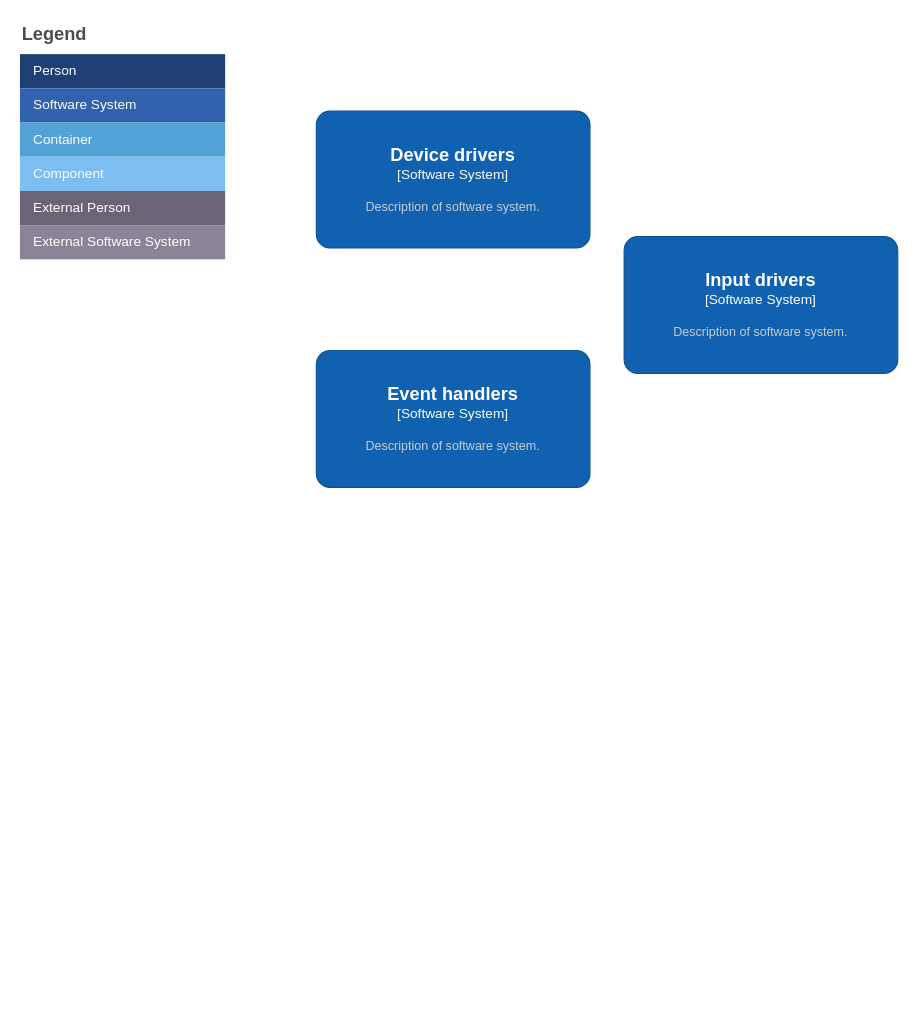
The draw.io diagram linux_driver.drawio in ColonelDarcy2018/excelsior, before the edit. Source tidied: cells renumbered, new cells numbered last; positions are measured from the earlier drawing's top-left corner, leaving out a move shared by most shapes. Both pictures are drawn from the tidied source at 114%, with x=0, y=0 at pixel (19, 19).
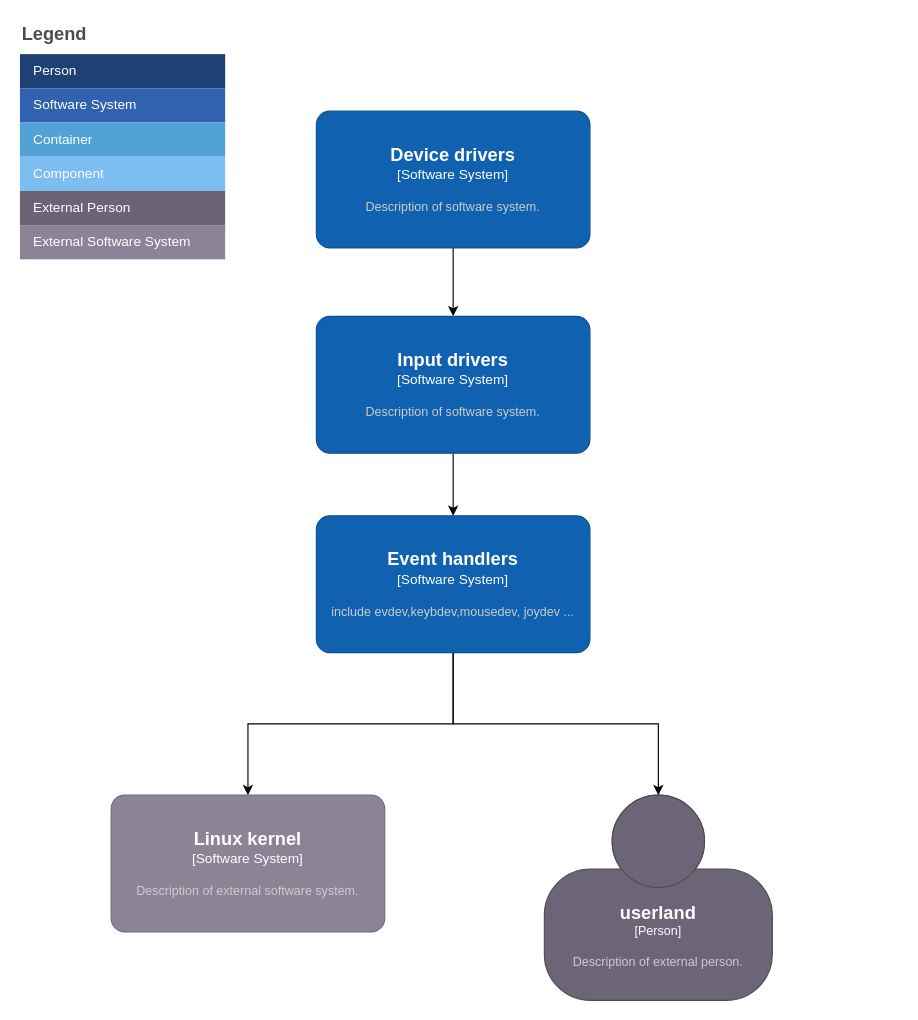
After the change.

Unchanged cells that the change refers to:
```xml
<object id="10" label="&lt;font style=&quot;font-size: 16px&quot;&gt;&lt;b&gt;%c4Name%&lt;/b&gt;&lt;/font&gt;&lt;div&gt;[%c4Type%]&lt;/div&gt;&lt;br&gt;&lt;div&gt;&lt;font style=&quot;font-size: 11px&quot;&gt;&lt;font color=&quot;#cccccc&quot;&gt;%c4Description%&lt;/font&gt;&lt;/div&gt;" c4Description="Description of software system." c4Name="Device drivers" c4Type="Software System" placeholders="1">
  <mxCell style="rounded=1;whiteSpace=wrap;html=1;labelBackgroundColor=none;fillColor=#1061B0;fontColor=#ffffff;align=center;arcSize=10;strokeColor=#0D5091;points=[[0.25,0,0],[0.5,0,0],[0.75,0,0],[1,0.25,0],[1,0.5,0],[1,0.75,0],[0.75,1,0],[0.5,1,0],[0.25,1,0],[0,0.75,0],[0,0.5,0],[0,0.25,0]];" parent="1" vertex="1">
    <mxGeometry x="260" y="80" width="240" height="120" as="geometry" />
  </mxCell>
</object>
```

What changed in the source:
```diff
@@
+    <mxCell id="13" style="edgeStyle=orthogonalEdgeStyle;rounded=0;jettySize=auto;html=1;" parent="1" edge="1" source="10" target="12">
+      <mxGeometry relative="1" as="geometry" />
+    </mxCell>
@@
+    <mxCell id="14" style="edgeStyle=orthogonalEdgeStyle;rounded=0;jettySize=auto;html=1;" parent="1" edge="1" source="11" target="17">
+      <mxGeometry relative="1" as="geometry" />
+    </mxCell>
+    <mxCell id="15" style="edgeStyle=orthogonalEdgeStyle;rounded=0;jettySize=auto;html=1;" parent="1" edge="1" source="11" target="18">
+      <mxGeometry relative="1" as="geometry" />
+    </mxCell>
-    <object id="11" label="&lt;font style=&quot;font-size: 16px&quot;&gt;&lt;b&gt;%c4Name%&lt;/b&gt;&lt;/font&gt;&lt;div&gt;[%c4Type%]&lt;/div&gt;&lt;br&gt;&lt;div&gt;&lt;font style=&quot;font-size: 11px&quot;&gt;&lt;font color=&quot;#cccccc&quot;&gt;%c4Description%&lt;/font&gt;&lt;/div&gt;" c4Description="Description of software system." c4Name="Event handlers" c4Type="Software System" placeholders="1">
+    <object id="11" label="&lt;font style=&quot;font-size: 16px&quot;&gt;&lt;b&gt;%c4Name%&lt;/b&gt;&lt;/font&gt;&lt;div&gt;[%c4Type%]&lt;/div&gt;&lt;br&gt;&lt;div&gt;&lt;font style=&quot;font-size: 11px&quot;&gt;&lt;font color=&quot;#cccccc&quot;&gt;%c4Description%&lt;/font&gt;&lt;/div&gt;" c4Description="include evdev,keybdev,mousedev, joydev ..." c4Name="Event handlers" c4Type="Software System" placeholders="1">
       <mxCell style="rounded=1;whiteSpace=wrap;html=1;labelBackgroundColor=none;fillColor=#1061B0;fontColor=#ffffff;align=center;arcSize=10;strokeColor=#0D5091;points=[[0.25,0,0],[0.5,0,0],[0.75,0,0],[1,0.25,0],[1,0.5,0],[1,0.75,0],[0.75,1,0],[0.5,1,0],[0.25,1,0],[0,0.75,0],[0,0.5,0],[0,0.25,0]];" parent="1" vertex="1">
-        <mxGeometry x="260" y="290" width="240" height="120" as="geometry" />
+        <mxGeometry x="260" y="435" width="240" height="120" as="geometry" />
       </mxCell>
     </object>
+    <mxCell id="16" style="edgeStyle=orthogonalEdgeStyle;rounded=0;jettySize=auto;html=1;" parent="1" edge="1" source="12" target="11">
+      <mxGeometry relative="1" as="geometry" />
+    </mxCell>
     <object id="12" label="&lt;font style=&quot;font-size: 16px&quot;&gt;&lt;b&gt;%c4Name%&lt;/b&gt;&lt;/font&gt;&lt;div&gt;[%c4Type%]&lt;/div&gt;&lt;br&gt;&lt;div&gt;&lt;font style=&quot;font-size: 11px&quot;&gt;&lt;font color=&quot;#cccccc&quot;&gt;%c4Description%&lt;/font&gt;&lt;/div&gt;" c4Description="Description of software system." c4Name="Input drivers" c4Type="Software System" placeholders="1">
       <mxCell style="rounded=1;whiteSpace=wrap;html=1;labelBackgroundColor=none;fillColor=#1061B0;fontColor=#ffffff;align=center;arcSize=10;strokeColor=#0D5091;points=[[0.25,0,0],[0.5,0,0],[0.75,0,0],[1,0.25,0],[1,0.5,0],[1,0.75,0],[0.75,1,0],[0.5,1,0],[0.25,1,0],[0,0.75,0],[0,0.5,0],[0,0.25,0]];" parent="1" vertex="1">
-        <mxGeometry x="530" y="190" width="240" height="120" as="geometry" />
+        <mxGeometry x="260" y="260" width="240" height="120" as="geometry" />
       </mxCell>
     </object>
+    <object id="17" label="&lt;font style=&quot;font-size: 16px&quot;&gt;&lt;b&gt;%c4Name%&lt;/b&gt;&lt;/font&gt;&lt;div&gt;[%c4Type%]&lt;/div&gt;&lt;br&gt;&lt;div&gt;&lt;font style=&quot;font-size: 11px&quot;&gt;&lt;font color=&quot;#cccccc&quot;&gt;%c4Description%&lt;/font&gt;&lt;/div&gt;" c4Description="Description of external person." c4Name="userland" c4Type="Person" placeholders="1">
+      <mxCell style="html=1;fontSize=11;dashed=0;whiteSpace=wrap;fillColor=#6C6477;strokeColor=#4D4D4D;fontColor=#ffffff;shape=mxgraph.c4.person2;align=center;points=[[0.5,0,0],[1,0.5,0],[1,0.75,0],[0.75,1,0],[0.5,1,0],[0.25,1,0],[0,0.75,0],[0,0.5,0]];" parent="1" vertex="1">
+        <mxGeometry x="460" y="680" width="200" height="180" as="geometry" />
+      </mxCell>
+    </object>
+    <object id="18" label="&lt;font style=&quot;font-size: 16px&quot;&gt;&lt;b&gt;%c4Name%&lt;/b&gt;&lt;/font&gt;&lt;div&gt;[%c4Type%]&lt;/div&gt;&lt;br&gt;&lt;div&gt;&lt;font style=&quot;font-size: 11px&quot;&gt;&lt;font color=&quot;#cccccc&quot;&gt;%c4Description%&lt;/font&gt;&lt;/div&gt;" c4Description="Description of external software system." c4Name="Linux kernel" c4Type="Software System" placeholders="1">
+      <mxCell style="rounded=1;whiteSpace=wrap;html=1;labelBackgroundColor=none;fillColor=#8C8496;fontColor=#ffffff;align=center;arcSize=10;strokeColor=#736782;points=[[0.25,0,0],[0.5,0,0],[0.75,0,0],[1,0.25,0],[1,0.5,0],[1,0.75,0],[0.75,1,0],[0.5,1,0],[0.25,1,0],[0,0.75,0],[0,0.5,0],[0,0.25,0]];" parent="1" vertex="1">
+        <mxGeometry x="80" y="680" width="240" height="120" as="geometry" />
+      </mxCell>
+    </object>
```
